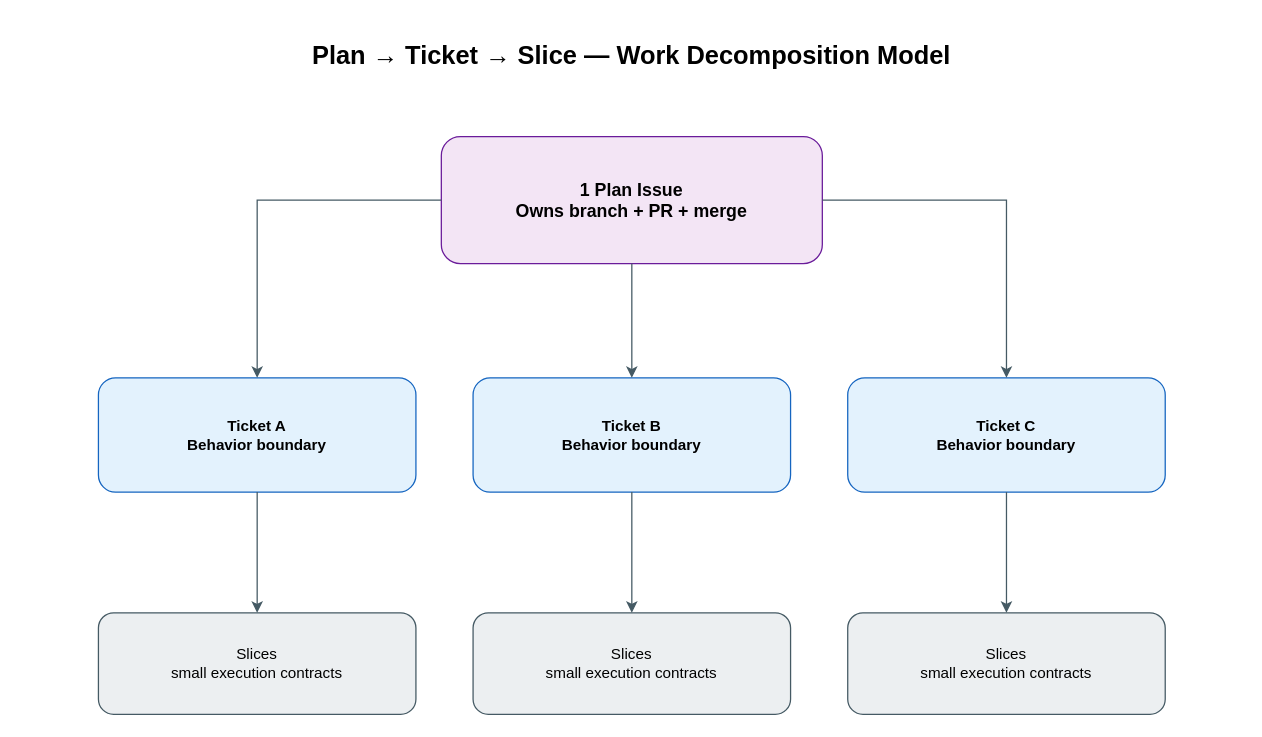
Before: docs/diagrams/drawio/plan-ticket-slice.drawio in i-zrhe2016/codex-development-workflow, a draw.io diagram. Source tidied: cells renumbered, new cells numbered last; positions are measured from the earlier drawing's top-left corner, leaving out a move shared by most shapes. Both pictures are drawn from the tidied source at 127%, with x=0, y=0 at pixel (22, 22).
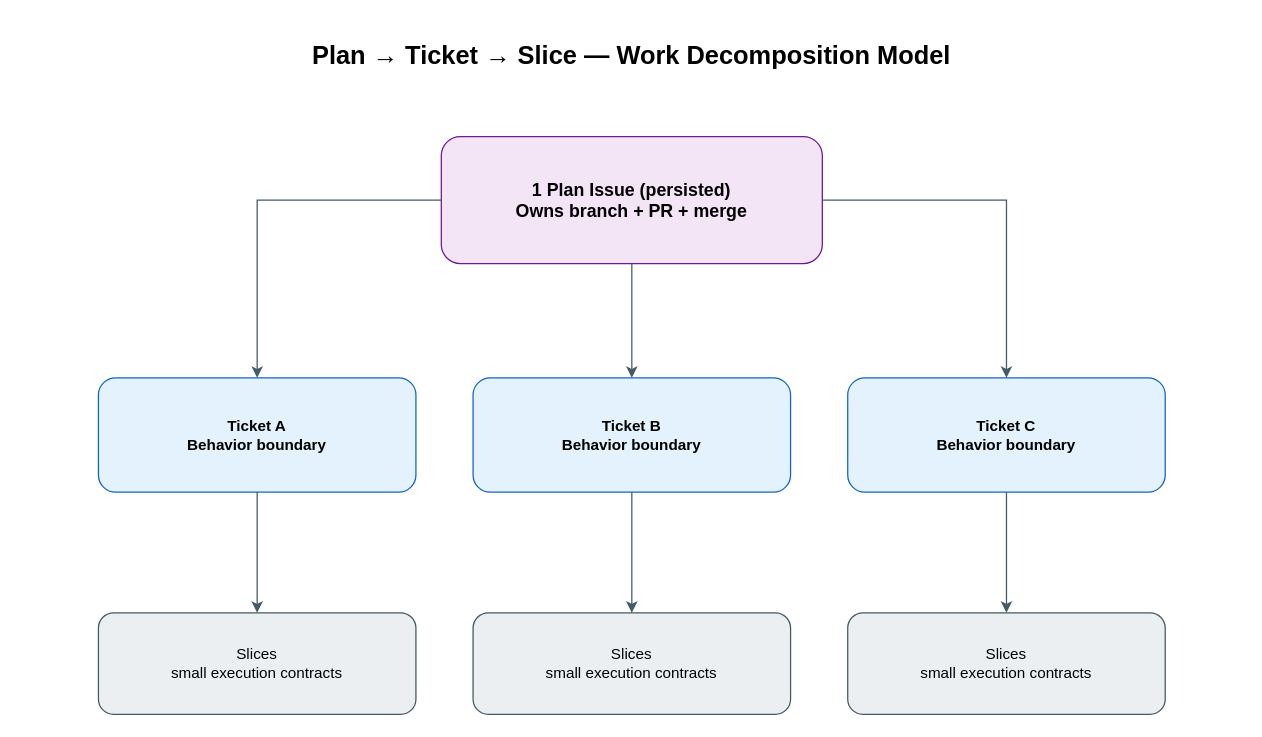
Above is the later version.

What changed in the source:
```diff
@@
 <mxGraphModel background="#ffffff">
   <root>
     <mxCell id="0" />
     <mxCell id="1" parent="0" />
     <mxCell id="2" value="Plan → Ticket → Slice — Work Decomposition Model" style="rounded=1;whiteSpace=wrap;html=1;fillColor=#ffffff;strokeColor=none;fontFamily=Arial;fontSize=20;fontStyle=1;align=center;verticalAlign=middle;" parent="1" vertex="1">
       <mxGeometry width="960" height="50" as="geometry" />
     </mxCell>
-    <mxCell id="3" value="1 Plan Issue&#10;Owns branch + PR + merge" style="rounded=1;whiteSpace=wrap;html=1;fillColor=#f3e5f5;strokeColor=#6a1b9a;fontFamily=Arial;fontSize=14;align=center;verticalAlign=middle;spacing=8;fontStyle=1;" parent="1" vertex="1">
+    <mxCell id="3" value="1 Plan Issue (persisted)&#10;Owns branch + PR + merge" style="rounded=1;whiteSpace=wrap;html=1;fillColor=#f3e5f5;strokeColor=#6a1b9a;fontFamily=Arial;fontSize=14;align=center;verticalAlign=middle;spacing=8;fontStyle=1;" parent="1" vertex="1">
       <mxGeometry x="330" y="90" width="300" height="100" as="geometry" />
     </mxCell>
     <mxCell id="4" value="Ticket A&#10;Behavior boundary" style="rounded=1;whiteSpace=wrap;html=1;fillColor=#e3f2fd;strokeColor=#1565c0;fontFamily=Arial;fontSize=12;align=center;verticalAlign=middle;spacing=8;fontStyle=1;" parent="1" vertex="1">
       <mxGeometry x="60" y="280" width="250" height="90" as="geometry" />
     </mxCell>
     <mxCell id="5" value="Ticket B&#10;Behavior boundary" style="rounded=1;whiteSpace=wrap;html=1;fillColor=#e3f2fd;strokeColor=#1565c0;fontFamily=Arial;fontSize=12;align=center;verticalAlign=middle;spacing=8;fontStyle=1;" parent="1" vertex="1">
       <mxGeometry x="355" y="280" width="250" height="90" as="geometry" />
     </mxCell>
     <mxCell id="6" value="Ticket C&#10;Behavior boundary" style="rounded=1;whiteSpace=wrap;html=1;fillColor=#e3f2fd;strokeColor=#1565c0;fontFamily=Arial;fontSize=12;align=center;verticalAlign=middle;spacing=8;fontStyle=1;" parent="1" vertex="1">
       <mxGeometry x="650" y="280" width="250" height="90" as="geometry" />
     </mxCell>
     <mxCell id="7" value="Slices&#10;small execution contracts" style="rounded=1;whiteSpace=wrap;html=1;fillColor=#eceff1;strokeColor=#455a64;fontFamily=Arial;fontSize=12;align=center;verticalAlign=middle;spacing=8;" parent="1" vertex="1">
       <mxGeometry x="60" y="465" width="250" height="80" as="geometry" />
     </mxCell>
     <mxCell id="8" value="Slices&#10;small execution contracts" style="rounded=1;whiteSpace=wrap;html=1;fillColor=#eceff1;strokeColor=#455a64;fontFamily=Arial;fontSize=12;align=center;verticalAlign=middle;spacing=8;" parent="1" vertex="1">
       <mxGeometry x="355" y="465" width="250" height="80" as="geometry" />
     </mxCell>
     <mxCell id="9" value="Slices&#10;small execution contracts" style="rounded=1;whiteSpace=wrap;html=1;fillColor=#eceff1;strokeColor=#455a64;fontFamily=Arial;fontSize=12;align=center;verticalAlign=middle;spacing=8;" parent="1" vertex="1">
       <mxGeometry x="650" y="465" width="250" height="80" as="geometry" />
     </mxCell>
     <mxCell id="10" style="edgeStyle=orthogonalEdgeStyle;rounded=0;jettySize=auto;html=1;endArrow=classic;endFill=1;strokeColor=#455a64;fontColor=#455a64;fontFamily=Arial;fontSize=11;" parent="1" edge="1" source="3" target="4">
       <mxGeometry relative="1" as="geometry" />
     </mxCell>
     <mxCell id="11" style="edgeStyle=orthogonalEdgeStyle;rounded=0;jettySize=auto;html=1;endArrow=classic;endFill=1;strokeColor=#455a64;fontColor=#455a64;fontFamily=Arial;fontSize=11;" parent="1" edge="1" source="3" target="5">
       <mxGeometry relative="1" as="geometry" />
     </mxCell>
     <mxCell id="12" style="edgeStyle=orthogonalEdgeStyle;rounded=0;jettySize=auto;html=1;endArrow=classic;endFill=1;strokeColor=#455a64;fontColor=#455a64;fontFamily=Arial;fontSize=11;" parent="1" edge="1" source="3" target="6">
       <mxGeometry relative="1" as="geometry" />
     </mxCell>
     <mxCell id="13" style="edgeStyle=orthogonalEdgeStyle;rounded=0;jettySize=auto;html=1;endArrow=classic;endFill=1;strokeColor=#455a64;fontColor=#455a64;fontFamily=Arial;fontSize=11;" parent="1" edge="1" source="4" target="7">
       <mxGeometry relative="1" as="geometry" />
     </mxCell>
     <mxCell id="14" style="edgeStyle=orthogonalEdgeStyle;rounded=0;jettySize=auto;html=1;endArrow=classic;endFill=1;strokeColor=#455a64;fontColor=#455a64;fontFamily=Arial;fontSize=11;" parent="1" edge="1" source="5" target="8">
       <mxGeometry relative="1" as="geometry" />
     </mxCell>
     <mxCell id="15" style="edgeStyle=orthogonalEdgeStyle;rounded=0;jettySize=auto;html=1;endArrow=classic;endFill=1;strokeColor=#455a64;fontColor=#455a64;fontFamily=Arial;fontSize=11;" parent="1" edge="1" source="6" target="9">
       <mxGeometry relative="1" as="geometry" />
     </mxCell>
   </root>
 </mxGraphModel>
```
